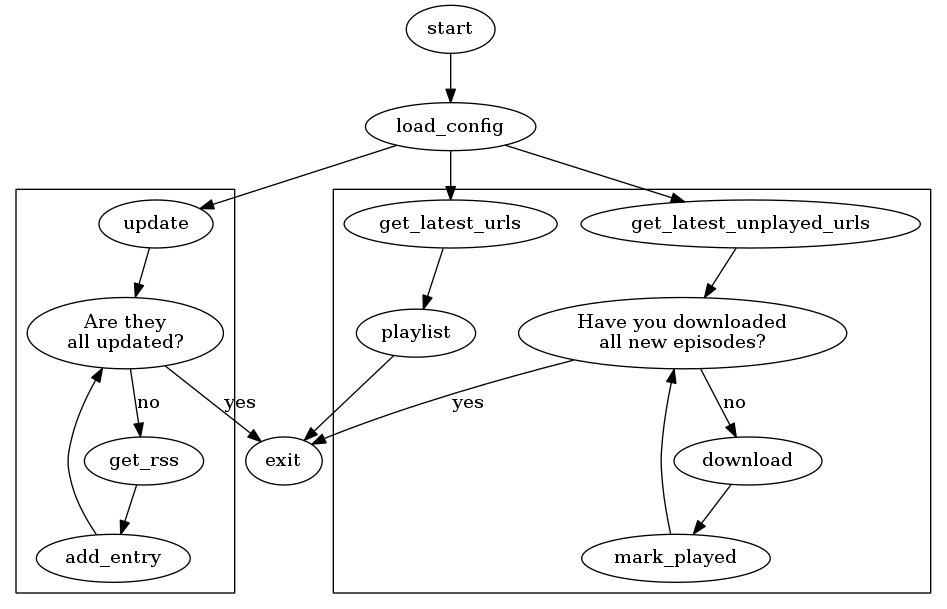
andrewc12/laughing-barnacle keeps this Graphviz diagram as flow.png. Above is the earlier version. Its source is kept beside it as flow.dot.
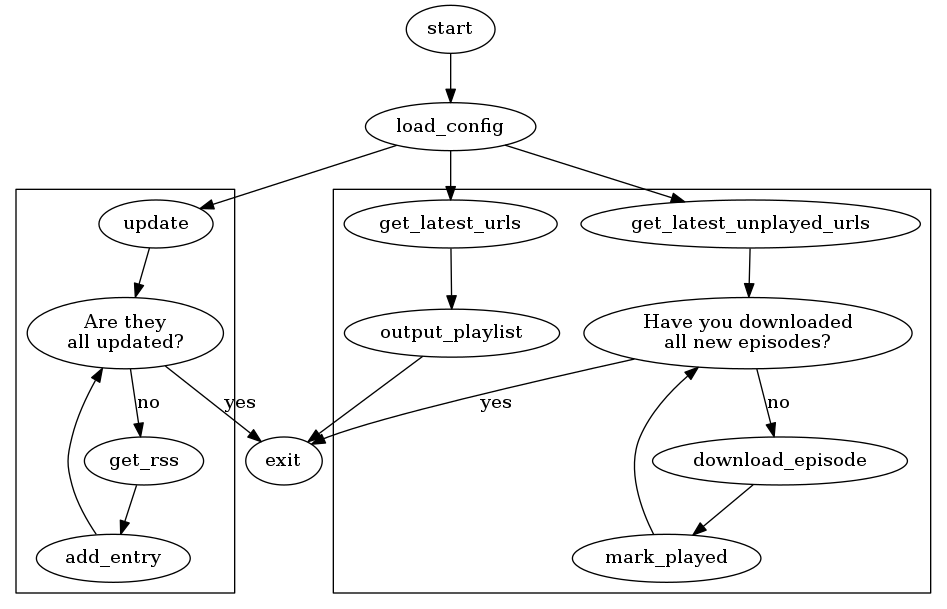
After the commit.

Commit message:
Updated flow graph

What changed in the source:
```diff
@@ -18,8 +18,8 @@
 
 subgraph cluster_1 {
     get_latest_unplayed_urls -> loop;
-    loop -> download[label="no"];
-    download -> mark_played;
+    loop -> download_episode[label="no"];
+    download_episode -> mark_played;
     mark_played -> loop;
 
     get_latest_urls -> output_playlist;
```
